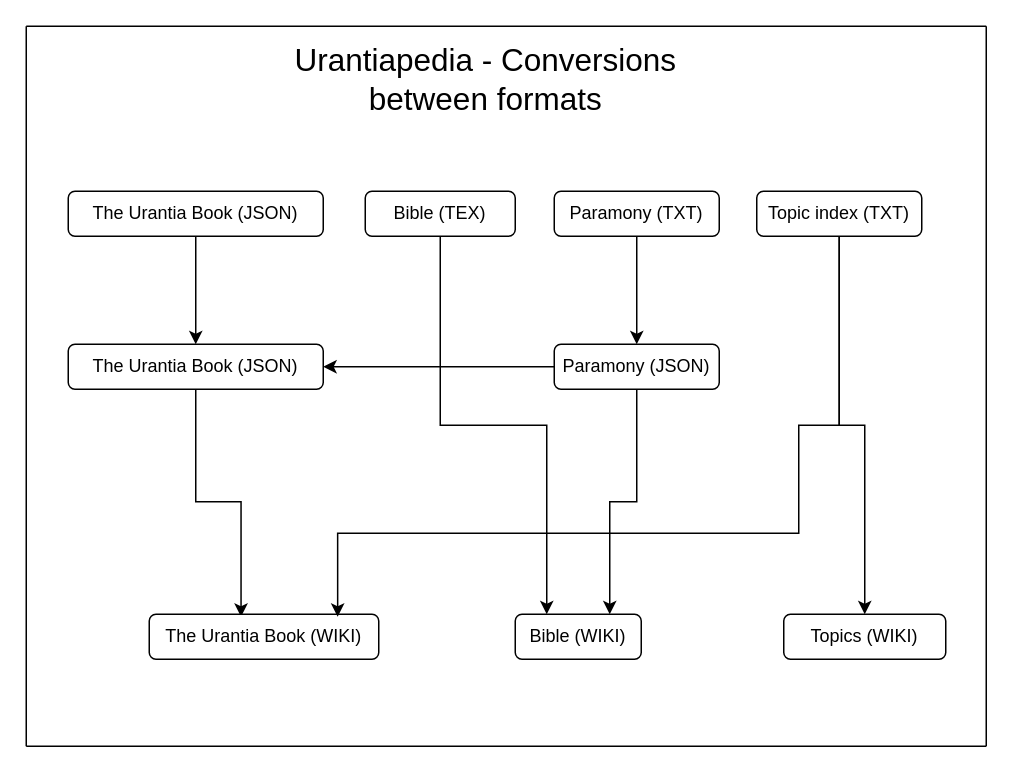
Earlier version of the draw.io diagram docs/formats.drawio (JanHerca/urantiapedia). Source tidied: cells renumbered, new cells numbered last; positions are measured from the earlier drawing's top-left corner, leaving out a move shared by most shapes. Both pictures are drawn from the tidied source at 150%, with x=0, y=0 at pixel (26, 26).
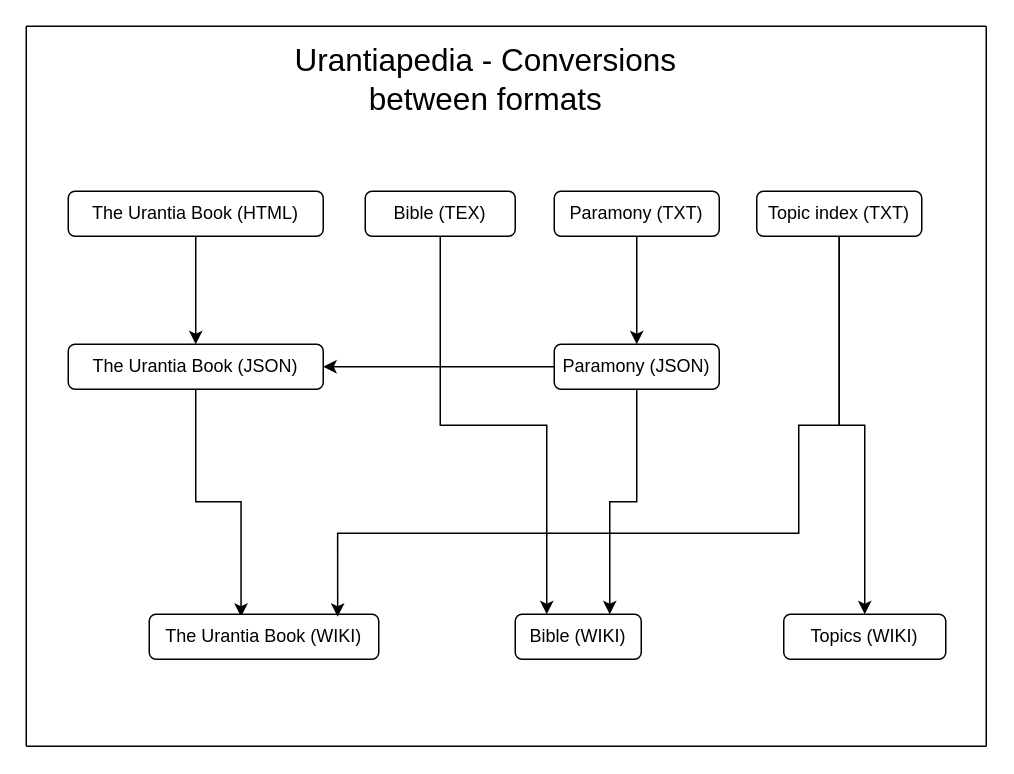
The same page after the edit.

Change to the diagram source:
```diff
@@
-    <mxCell id="20" value="The Urantia Book (JSON)" style="rounded=1;whiteSpace=wrap;html=1;" parent="1" vertex="1">
+    <mxCell id="20" value="The Urantia Book (HTML)" style="rounded=1;whiteSpace=wrap;html=1;" parent="1" vertex="1">
       <mxGeometry x="28" y="110" width="170" height="30" as="geometry" />
     </mxCell>
```
